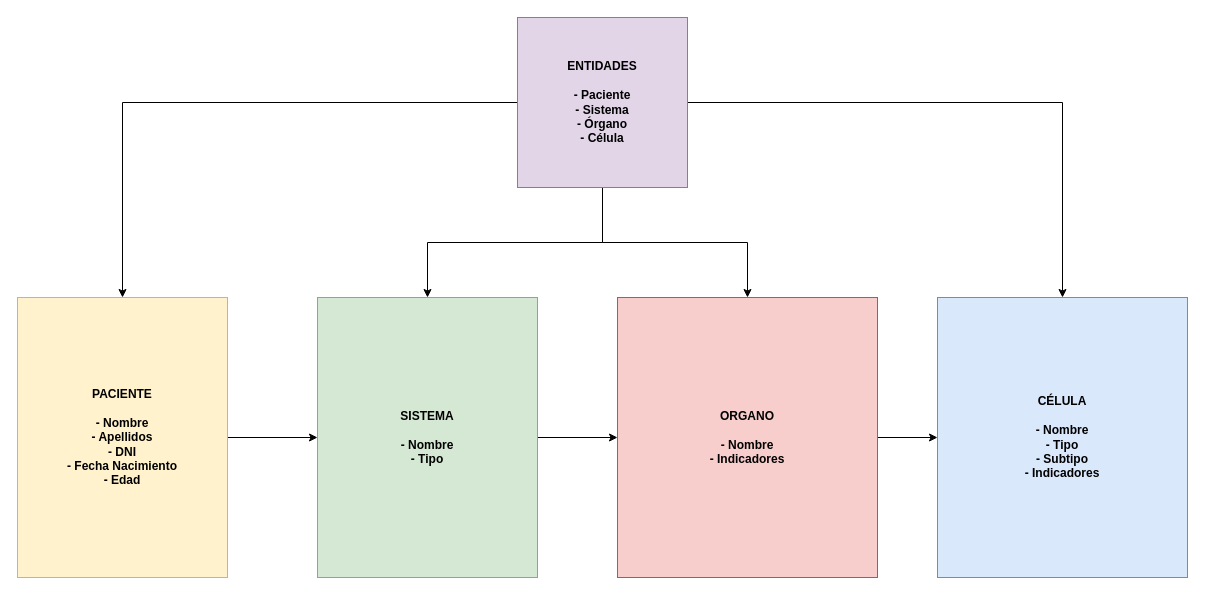
The draw.io diagram arch-design/cellprom-arch-functionality.drawio in cellprom/cellprom-arq-doc, before the edit. Source tidied: cells renumbered, new cells numbered last; positions are measured from the earlier drawing's top-left corner, leaving out a move shared by most shapes. Both pictures are drawn from the tidied source at 100%, with x=0, y=0 at pixel (17, 17).
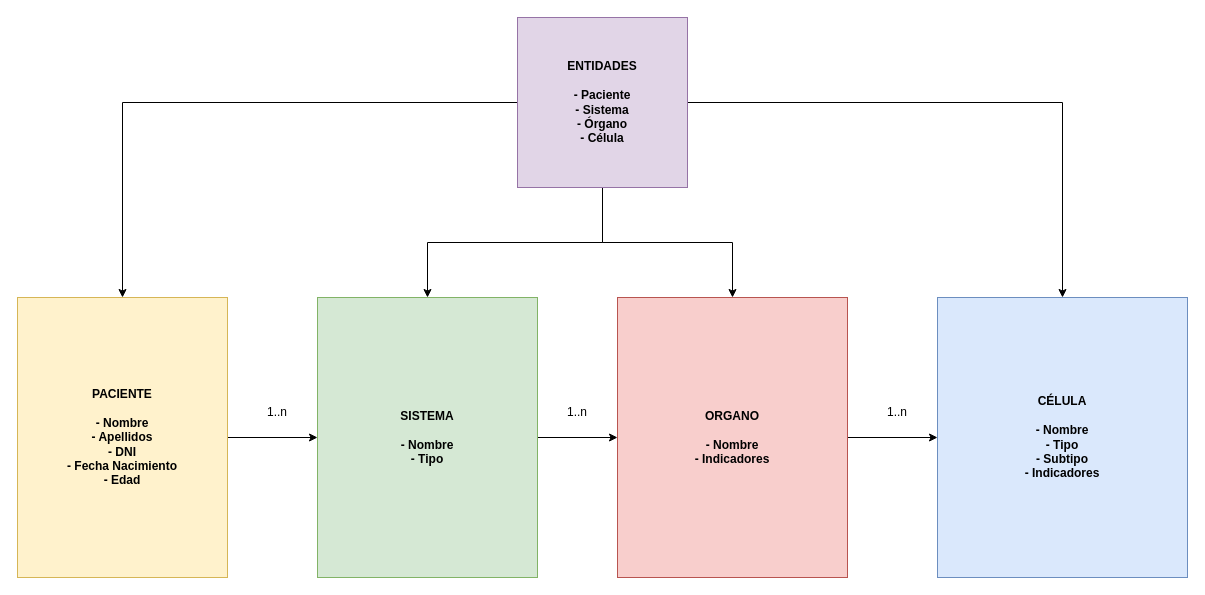
Above is the later version.

Commit message:
Identificación Entidades y relaciones

The edit, as a diff of the source:
```diff
@@
 <mxGraphModel>
   <root>
     <mxCell id="0" />
     <mxCell id="1" parent="0" />
     <mxCell id="2" style="edgeStyle=orthogonalEdgeStyle;rounded=0;jettySize=auto;html=1;" parent="1" edge="1" source="6" target="8">
       <mxGeometry relative="1" as="geometry" />
     </mxCell>
     <mxCell id="3" style="edgeStyle=orthogonalEdgeStyle;rounded=0;jettySize=auto;html=1;" parent="1" edge="1" source="6" target="9">
       <mxGeometry relative="1" as="geometry" />
     </mxCell>
     <mxCell id="4" style="edgeStyle=orthogonalEdgeStyle;rounded=0;jettySize=auto;html=1;" parent="1" edge="1" source="6" target="11">
       <mxGeometry relative="1" as="geometry" />
     </mxCell>
     <mxCell id="5" style="edgeStyle=orthogonalEdgeStyle;rounded=0;jettySize=auto;html=1;" parent="1" edge="1" source="6" target="13">
       <mxGeometry relative="1" as="geometry" />
     </mxCell>
     <mxCell id="6" value="ENTIDADES&lt;br&gt;&lt;br&gt;- Paciente&lt;br&gt;- Sistema&lt;br&gt;- Órgano&lt;br&gt;- Célula" style="whiteSpace=wrap;html=1;fillColor=#e1d5e7;strokeColor=#9673a6;fontStyle=1;" parent="1" vertex="1">
       <mxGeometry x="500" width="170" height="170" as="geometry" />
     </mxCell>
     <mxCell id="7" style="edgeStyle=orthogonalEdgeStyle;rounded=0;jettySize=auto;html=1;" parent="1" edge="1" source="8" target="9">
       <mxGeometry relative="1" as="geometry" />
     </mxCell>
     <mxCell id="8" value="ORGANO&lt;br&gt;&lt;br&gt;- Nombre&lt;br&gt;- Indicadores" style="whiteSpace=wrap;html=1;fillColor=#f8cecc;strokeColor=#b85450;fontStyle=1;" parent="1" vertex="1">
-      <mxGeometry x="600" y="280" width="260" height="280" as="geometry" />
+      <mxGeometry x="600" y="280" width="230" height="280" as="geometry" />
     </mxCell>
     <mxCell id="9" value="CÉLULA&lt;br&gt;&lt;br&gt;- Nombre&lt;br&gt;- Tipo&lt;br&gt;- Subtipo&lt;br&gt;- Indicadores" style="whiteSpace=wrap;html=1;fillColor=#dae8fc;strokeColor=#6c8ebf;fontStyle=1;" parent="1" vertex="1">
       <mxGeometry x="920" y="280" width="250" height="280" as="geometry" />
     </mxCell>
     <mxCell id="10" style="edgeStyle=orthogonalEdgeStyle;rounded=0;jettySize=auto;html=1;entryX=0;entryY=0.5;entryDx=0;entryDy=0;" parent="1" edge="1" source="11" target="8">
       <mxGeometry relative="1" as="geometry" />
     </mxCell>
     <mxCell id="11" value="SISTEMA&lt;br&gt;&lt;br&gt;- Nombre&lt;br&gt;- Tipo" style="whiteSpace=wrap;html=1;fillColor=#d5e8d4;strokeColor=#82b366;fontStyle=1;" parent="1" vertex="1">
       <mxGeometry x="300" y="280" width="220" height="280" as="geometry" />
     </mxCell>
     <mxCell id="12" style="edgeStyle=orthogonalEdgeStyle;rounded=0;jettySize=auto;html=1;" parent="1" edge="1" source="13" target="11">
       <mxGeometry relative="1" as="geometry" />
     </mxCell>
     <mxCell id="13" value="PACIENTE&lt;br&gt;&lt;br&gt;- Nombre&lt;br&gt;- Apellidos&lt;br&gt;- DNI&lt;br&gt;- Fecha Nacimiento&lt;br&gt;- Edad&lt;br&gt;" style="whiteSpace=wrap;html=1;fillColor=#fff2cc;strokeColor=#d6b656;fontStyle=1;" parent="1" vertex="1">
       <mxGeometry y="280" width="210" height="280" as="geometry" />
     </mxCell>
+    <mxCell id="14" value="1..n" style="text;html=1;strokeColor=none;fillColor=none;align=center;verticalAlign=middle;whiteSpace=wrap;rounded=0;" parent="1" vertex="1">
+      <mxGeometry x="230" y="380" width="60" height="30" as="geometry" />
+    </mxCell>
+    <mxCell id="15" value="1..n" style="text;html=1;strokeColor=none;fillColor=none;align=center;verticalAlign=middle;whiteSpace=wrap;rounded=0;" parent="1" vertex="1">
+      <mxGeometry x="530" y="380" width="60" height="30" as="geometry" />
+    </mxCell>
+    <mxCell id="16" value="1..n" style="text;html=1;strokeColor=none;fillColor=none;align=center;verticalAlign=middle;whiteSpace=wrap;rounded=0;" parent="1" vertex="1">
+      <mxGeometry x="850" y="380" width="60" height="30" as="geometry" />
+    </mxCell>
   </root>
 </mxGraphModel>
```
